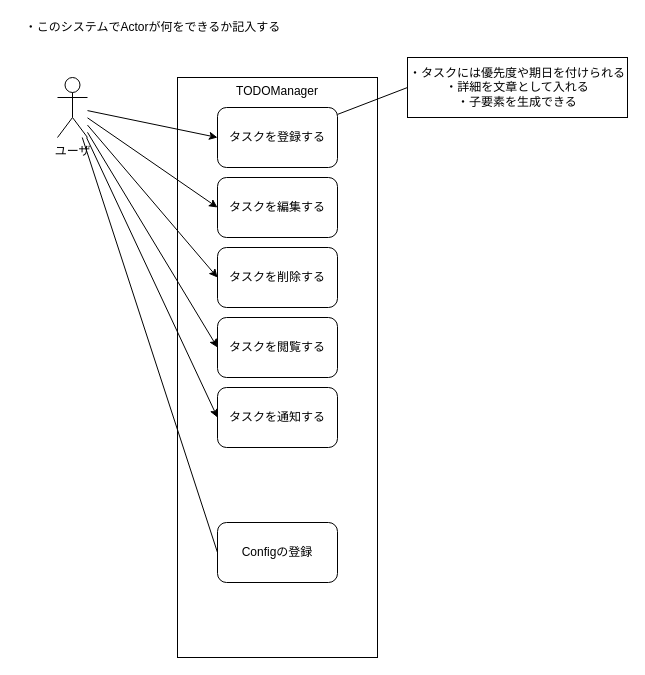
The draw.io diagram page "ユースケース図" (2 of 3) of Documents/SystemDesign.drawio in Gyabi/TODOManager, before the edit. Source tidied: cells renumbered, new cells numbered last; positions are measured from the earlier drawing's top-left corner, leaving out a move shared by most shapes. Both pictures are drawn from the tidied source at 100%, with x=0, y=0 at pixel (17, 17).
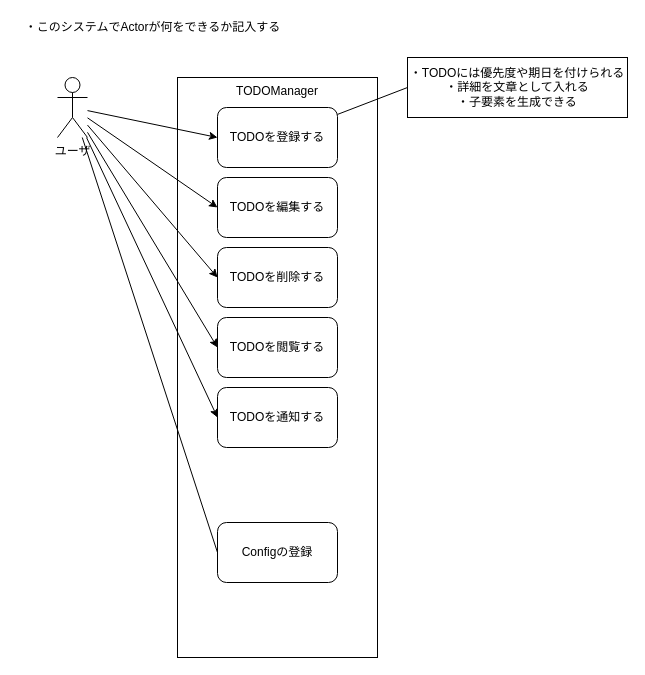
After the change.

Change to the diagram source:
```diff
@@
 <mxGraphModel>
   <root>
     <mxCell id="0" />
     <mxCell id="1" parent="0" />
     <mxCell id="2" value="TODOManager" style="whiteSpace=wrap;html=1;verticalAlign=top;" parent="1" vertex="1">
       <mxGeometry x="160" y="60" width="200" height="580" as="geometry" />
     </mxCell>
     <mxCell id="3" style="edgeStyle=none;html=1;entryX=0;entryY=0.5;entryDx=0;entryDy=0;" parent="1" edge="1" source="9" target="12">
       <mxGeometry relative="1" as="geometry" />
     </mxCell>
     <mxCell id="4" style="edgeStyle=none;html=1;entryX=0;entryY=0.5;entryDx=0;entryDy=0;" parent="1" edge="1" source="9" target="13">
       <mxGeometry relative="1" as="geometry" />
     </mxCell>
     <mxCell id="5" style="edgeStyle=none;html=1;entryX=0;entryY=0.5;entryDx=0;entryDy=0;" parent="1" edge="1" source="9" target="14">
       <mxGeometry relative="1" as="geometry" />
     </mxCell>
     <mxCell id="6" style="edgeStyle=none;html=1;entryX=0;entryY=0.5;entryDx=0;entryDy=0;" parent="1" edge="1" source="9" target="16">
       <mxGeometry relative="1" as="geometry" />
     </mxCell>
     <mxCell id="7" style="edgeStyle=none;html=1;entryX=0;entryY=0.5;entryDx=0;entryDy=0;" parent="1" edge="1" source="9" target="17">
       <mxGeometry relative="1" as="geometry" />
     </mxCell>
     <mxCell id="8" style="edgeStyle=none;html=1;entryX=0;entryY=0.5;entryDx=0;entryDy=0;endArrow=none;endFill=0;" parent="1" edge="1" source="9" target="18">
       <mxGeometry relative="1" as="geometry" />
     </mxCell>
     <mxCell id="9" value="ユーザ" style="shape=umlActor;verticalLabelPosition=bottom;verticalAlign=top;html=1;outlineConnect=0;" parent="1" vertex="1">
       <mxGeometry x="40" y="60" width="30" height="60" as="geometry" />
     </mxCell>
     <mxCell id="10" value="・このシステムでActorが何をできるか記入する" style="text;html=1;align=center;verticalAlign=middle;strokeColor=none;fillColor=none;" parent="1" vertex="1">
       <mxGeometry width="270" height="20" as="geometry" />
     </mxCell>
     <mxCell id="11" style="edgeStyle=none;html=1;entryX=0;entryY=0.5;entryDx=0;entryDy=0;endArrow=none;endFill=0;" parent="1" edge="1" source="12" target="15">
       <mxGeometry relative="1" as="geometry" />
     </mxCell>
-    <mxCell id="12" value="タスクを登録する" style="rounded=1;whiteSpace=wrap;html=1;" parent="1" vertex="1">
+    <mxCell id="12" value="TODOを登録する" style="rounded=1;whiteSpace=wrap;html=1;" parent="1" vertex="1">
       <mxGeometry x="200" y="90" width="120" height="60" as="geometry" />
     </mxCell>
-    <mxCell id="13" value="タスクを編集する" style="rounded=1;whiteSpace=wrap;html=1;" parent="1" vertex="1">
+    <mxCell id="13" value="TODOを編集する" style="rounded=1;whiteSpace=wrap;html=1;" parent="1" vertex="1">
       <mxGeometry x="200" y="160" width="120" height="60" as="geometry" />
     </mxCell>
-    <mxCell id="14" value="タスクを削除する" style="rounded=1;whiteSpace=wrap;html=1;" parent="1" vertex="1">
+    <mxCell id="14" value="TODOを削除する" style="rounded=1;whiteSpace=wrap;html=1;" parent="1" vertex="1">
       <mxGeometry x="200" y="230" width="120" height="60" as="geometry" />
     </mxCell>
-    <mxCell id="15" value="・タスクには優先度や期日を付けられる&lt;br&gt;・詳細を文章として入れる&lt;br&gt;・子要素を生成できる" style="whiteSpace=wrap;html=1;" parent="1" vertex="1">
+    <mxCell id="15" value="・TODOには優先度や期日を付けられる&lt;br&gt;・詳細を文章として入れる&lt;br&gt;・子要素を生成できる" style="whiteSpace=wrap;html=1;" parent="1" vertex="1">
       <mxGeometry x="390" y="40" width="220" height="60" as="geometry" />
     </mxCell>
-    <mxCell id="16" value="タスクを閲覧する" style="rounded=1;whiteSpace=wrap;html=1;" parent="1" vertex="1">
+    <mxCell id="16" value="TODOを閲覧する" style="rounded=1;whiteSpace=wrap;html=1;" parent="1" vertex="1">
       <mxGeometry x="200" y="300" width="120" height="60" as="geometry" />
     </mxCell>
-    <mxCell id="17" value="タスクを通知する" style="rounded=1;whiteSpace=wrap;html=1;" parent="1" vertex="1">
+    <mxCell id="17" value="TODOを通知する" style="rounded=1;whiteSpace=wrap;html=1;" parent="1" vertex="1">
       <mxGeometry x="200" y="370" width="120" height="60" as="geometry" />
     </mxCell>
     <mxCell id="18" value="Configの登録" style="rounded=1;whiteSpace=wrap;html=1;" parent="1" vertex="1">
       <mxGeometry x="200" y="505" width="120" height="60" as="geometry" />
     </mxCell>
   </root>
 </mxGraphModel>
```
